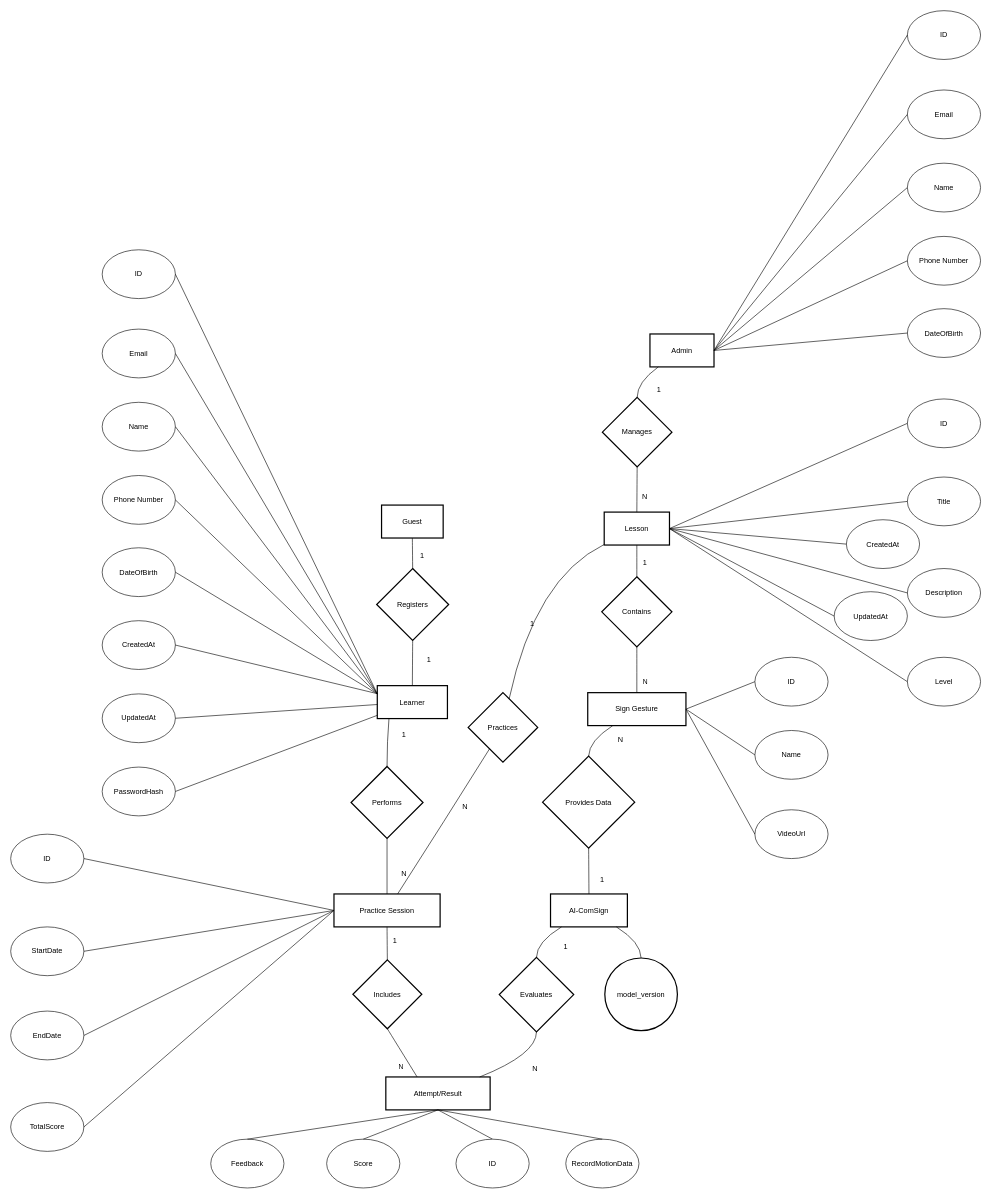
Above: docs/ConceptualERD.drawio in CtrlConquerors/AI-ComSign (draw.io), before the change. Source tidied: cells renumbered, new cells numbered last; positions are measured from the earlier drawing's top-left corner, leaving out a move shared by most shapes. Both pictures are drawn from the tidied source at 61%, with x=0, y=0 at pixel (10, 10).
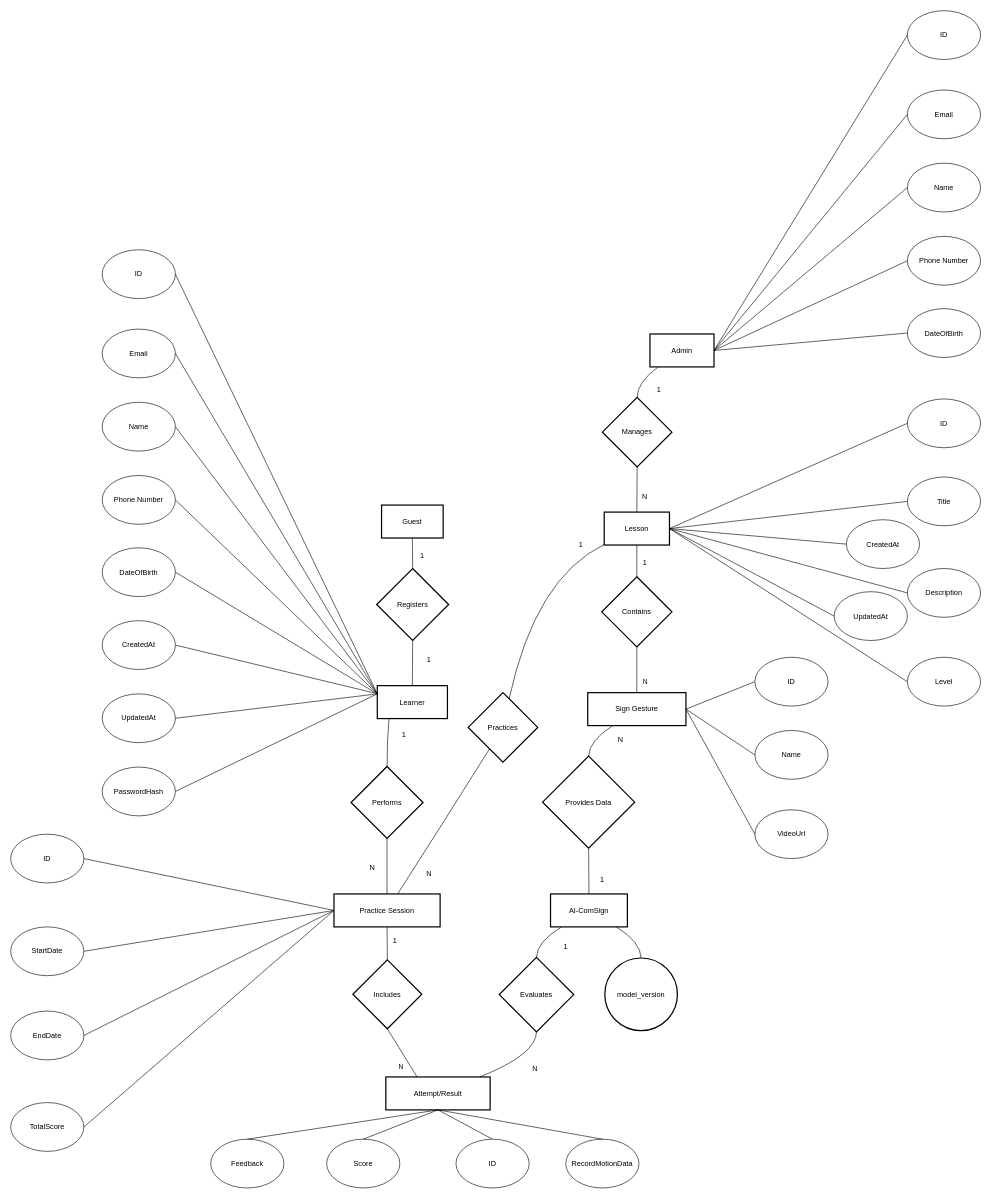
After the change.

Commit message (it also covers changes not shown here):
fix minor stuff for erd, use case

Unchanged cells that the change refers to:
```xml
<mxCell id="3" value="Learner" style="whiteSpace=wrap;strokeWidth=2;" parent="1" vertex="1">
  <mxGeometry x="601" y="1106.5" width="115" height="54" as="geometry" />
</mxCell>
<mxCell id="101" value="UpdatedAt" style="ellipse;whiteSpace=wrap;html=1;" parent="1" vertex="1">
  <mxGeometry x="150" y="1120" width="120" height="80" as="geometry" />
</mxCell>
<mxCell id="102" value="PasswordHash" style="ellipse;whiteSpace=wrap;html=1;" parent="1" vertex="1">
  <mxGeometry x="150" y="1240" width="120" height="80" as="geometry" />
</mxCell>
```

Diff of the diagram source:
```diff
@@
     <mxCell id="18" value="1" style="text;html=1;whiteSpace=wrap;strokeColor=none;fillColor=none;align=center;verticalAlign=middle;rounded=0;" parent="1" vertex="1">
-      <mxGeometry x="840" y="990" width="30" height="30" as="geometry" />
+      <mxGeometry x="920" y="859.5" width="30" height="30" as="geometry" />
     </mxCell>
     <mxCell id="19" value="N" style="text;html=1;whiteSpace=wrap;strokeColor=none;fillColor=none;align=center;verticalAlign=middle;rounded=0;" parent="1" vertex="1">
-      <mxGeometry x="730" y="1290" width="30" height="30" as="geometry" />
+      <mxGeometry x="671" y="1400" width="30" height="30" as="geometry" />
     </mxCell>
@@
     <mxCell id="42" value="N" style="text;html=1;whiteSpace=wrap;strokeColor=none;fillColor=none;align=center;verticalAlign=middle;rounded=0;" parent="1" vertex="1">
-      <mxGeometry x="630" y="1400" width="30" height="30" as="geometry" />
+      <mxGeometry x="578" y="1390" width="30" height="30" as="geometry" />
     </mxCell>
@@
-    <mxCell id="104" style="endArrow=none;html=1;rounded=0;exitX=1;exitY=0.5;exitDx=0;exitDy=0;" parent="1" edge="1" source="101" target="3">
+    <mxCell id="104" style="endArrow=none;html=1;rounded=0;exitX=1;exitY=0.5;exitDx=0;exitDy=0;entryX=0;entryY=0.25;entryDx=0;entryDy=0;" parent="1" edge="1" source="101" target="3">
       <mxGeometry relative="1" as="geometry" />
     </mxCell>
-    <mxCell id="105" style="endArrow=none;html=1;rounded=0;exitX=1;exitY=0.5;exitDx=0;exitDy=0;" parent="1" edge="1" source="102" target="3">
+    <mxCell id="105" style="endArrow=none;html=1;rounded=0;exitX=1;exitY=0.5;exitDx=0;exitDy=0;entryX=0;entryY=0.25;entryDx=0;entryDy=0;" parent="1" edge="1" source="102" target="3">
       <mxGeometry relative="1" as="geometry" />
     </mxCell>
```
